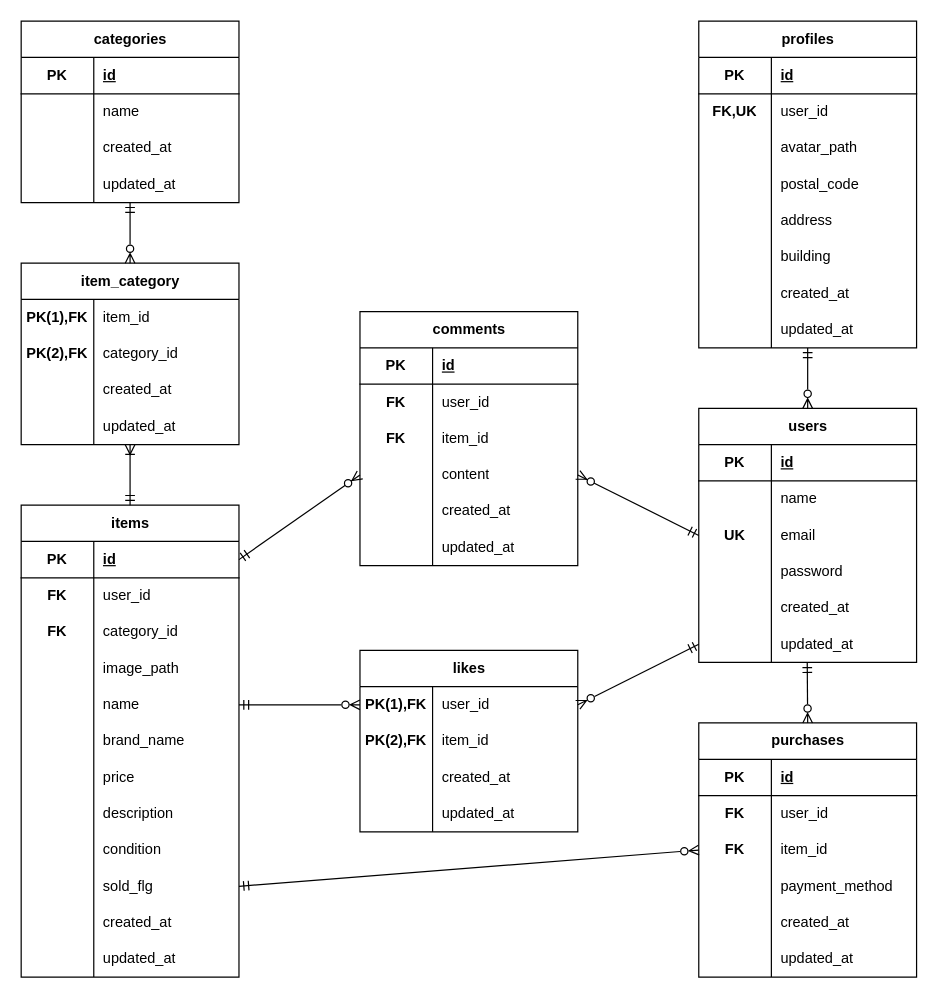
Above: index.drawio in shiro03shiro/flea-sim (draw.io), before the change. Source tidied: cells renumbered, new cells numbered last; positions are measured from the earlier drawing's top-left corner, leaving out a move shared by most shapes. Both pictures are drawn from the tidied source at 121%, with x=0, y=0 at pixel (21, 21).
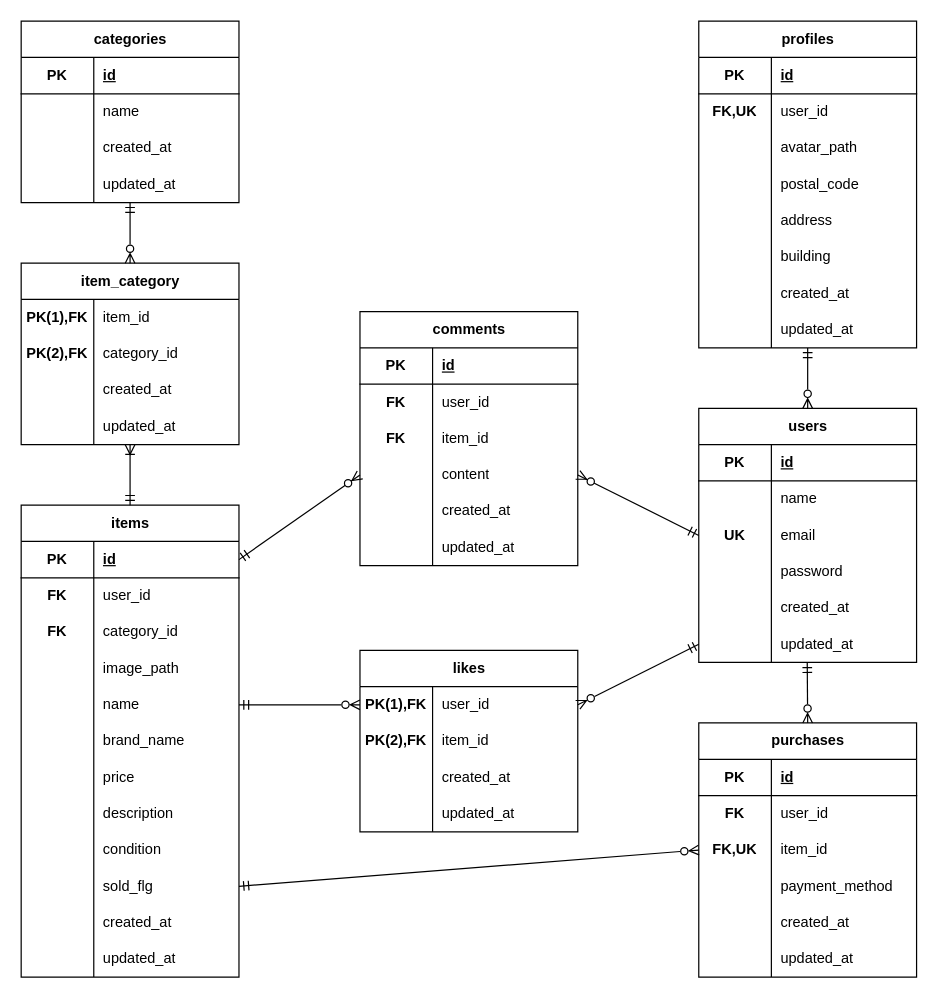
The same page after the edit.

Unchanged cells that the change refers to:
```xml
<mxCell id="123" style="shape=tableRow;horizontal=0;startSize=0;swimlaneHead=0;swimlaneBody=0;fillColor=none;points=[[0,0.5],[1,0.5]];portConstraint=eastwest;top=0;left=0;right=0;bottom=0;" parent="116" vertex="1">
  <mxGeometry y="90" width="180" height="30" as="geometry" />
</mxCell>
```

The edit, as a diff of the source:
```diff
@@
-    <mxCell id="124" value="FK" style="shape=partialRectangle;fillColor=none;top=0;left=0;bottom=0;right=0;overflow=hidden;whiteSpace=wrap;html=1;fontStyle=1;" parent="123" vertex="1">
+    <mxCell id="124" value="FK,UK" style="shape=partialRectangle;fillColor=none;top=0;left=0;bottom=0;right=0;overflow=hidden;whiteSpace=wrap;html=1;fontStyle=1;" parent="123" vertex="1">
       <mxGeometry width="60" height="30" as="geometry" />
     </mxCell>
```
